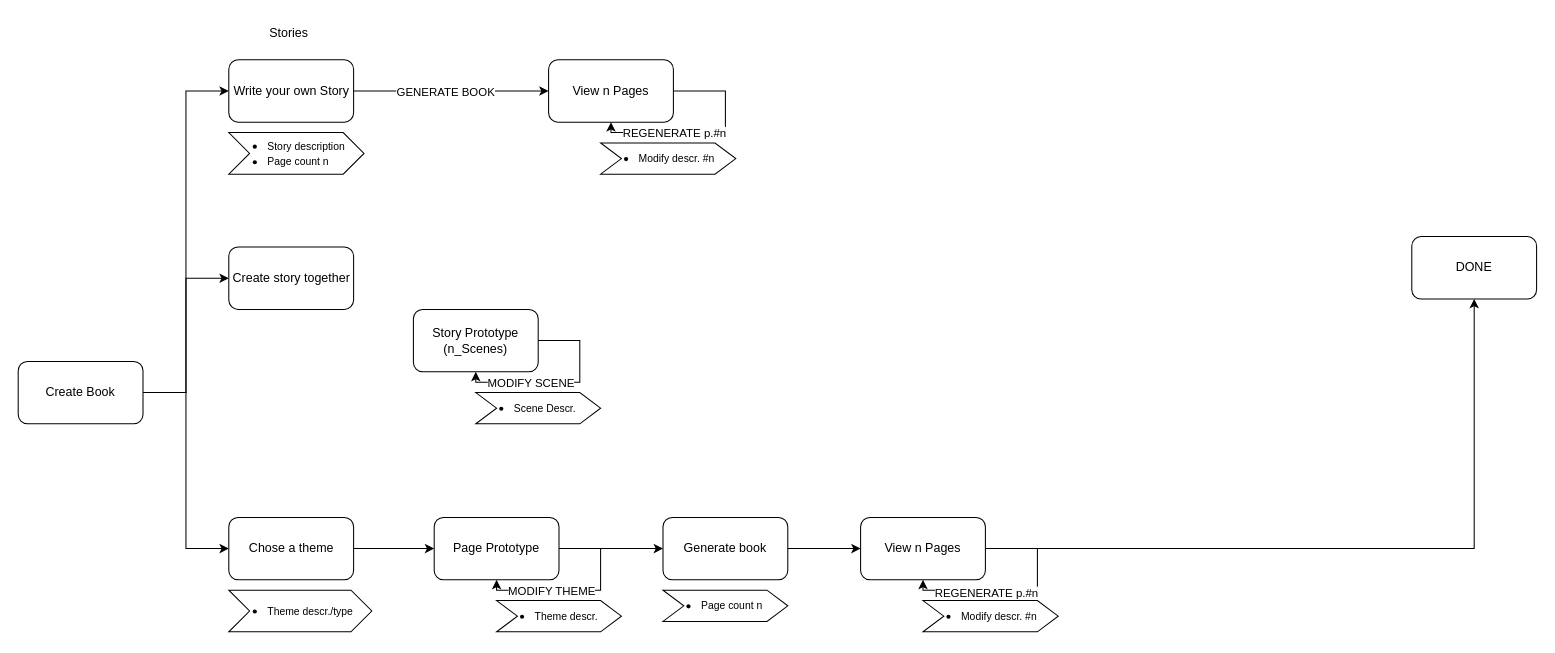
The draw.io diagram page "Coloring Book Creation Workflow" (1 of 2) of CreationWorkflow.drawio in alextheprophecy/colouringbook, before the edit. Source tidied: cells renumbered, new cells numbered last; positions are measured from the earlier drawing's top-left corner, leaving out a move shared by most shapes. Both pictures are drawn from the tidied source at 104%, with x=0, y=0 at pixel (18, 18).
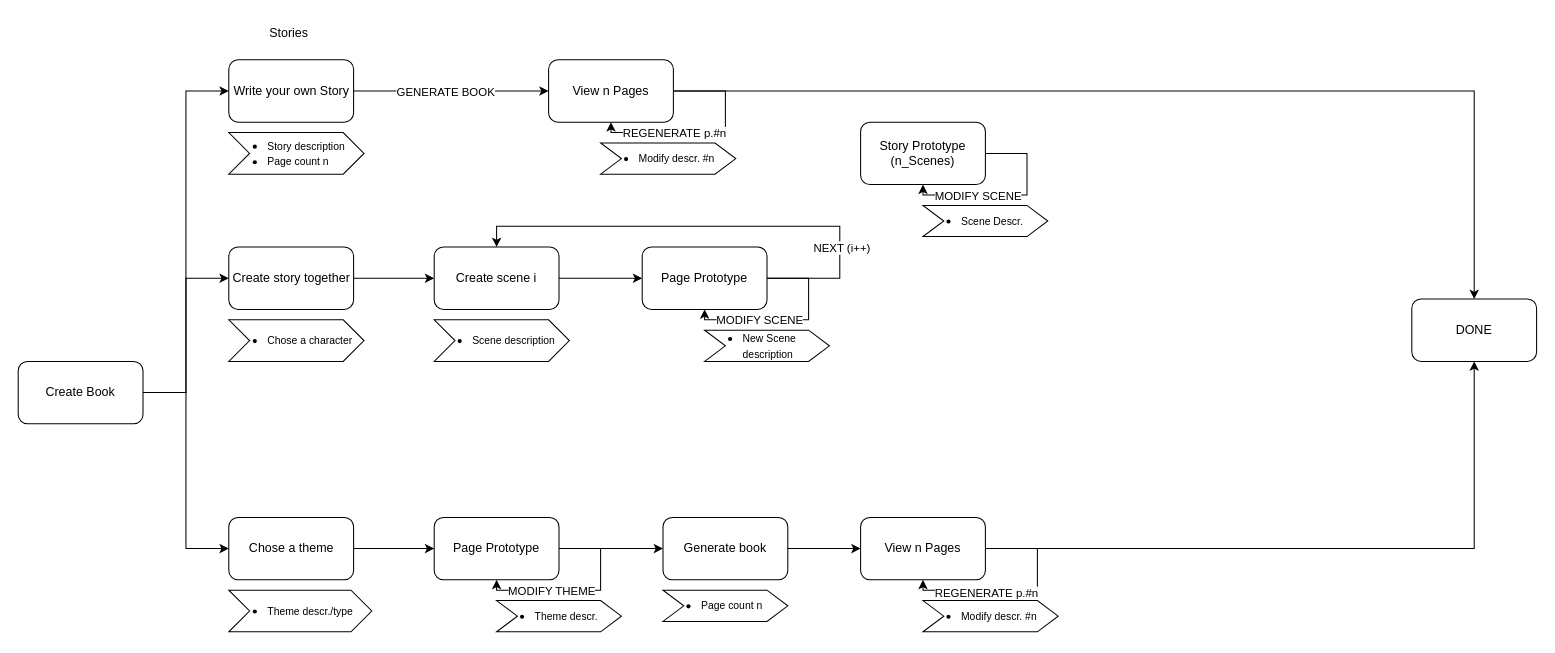
Above is the later version.

Commit message:
docs(Creation workflow): add technical page

The change refers to these unchanged cells:
```xml
<mxCell id="7" value="Create story together" style="rounded=1;whiteSpace=wrap;html=1;" parent="1" vertex="1">
  <mxGeometry x="202.5" y="220" width="120" height="60" as="geometry" />
</mxCell>
<mxCell id="33" value="View n Pages" style="rounded=1;whiteSpace=wrap;html=1;" parent="1" vertex="1">
  <mxGeometry x="510" y="40" width="120" height="60" as="geometry" />
</mxCell>
```

Change to the diagram source:
```diff
@@
+    <mxCell id="37" style="edgeStyle=orthogonalEdgeStyle;rounded=0;jettySize=auto;html=1;entryX=0;entryY=0.5;entryDx=0;entryDy=0;" parent="1" edge="1" source="7" target="41">
+      <mxGeometry relative="1" as="geometry" />
+    </mxCell>
@@
     <mxCell id="26" value="DONE" style="rounded=1;whiteSpace=wrap;html=1;" parent="1" vertex="1">
-      <mxGeometry x="1340" y="210" width="120" height="60" as="geometry" />
+      <mxGeometry x="1340" y="270" width="120" height="60" as="geometry" />
     </mxCell>
     <mxCell id="27" value="Story Prototype (n_Scenes)" style="rounded=1;whiteSpace=wrap;html=1;" parent="1" vertex="1">
-      <mxGeometry x="380" y="280" width="120" height="60" as="geometry" />
+      <mxGeometry x="810" y="100" width="120" height="60" as="geometry" />
     </mxCell>
     <mxCell id="28" style="edgeStyle=orthogonalEdgeStyle;rounded=0;orthogonalLoop=1;jettySize=auto;html=1;exitX=1;exitY=0.5;exitDx=0;exitDy=0;entryX=0.5;entryY=1;entryDx=0;entryDy=0;" parent="1" edge="1" source="27" target="27">
       <mxGeometry relative="1" as="geometry">
         <Array as="points">
-          <mxPoint x="540" y="310" />
-          <mxPoint x="540" y="350" />
-          <mxPoint x="440" y="350" />
+          <mxPoint x="970" y="130" />
+          <mxPoint x="970" y="170" />
+          <mxPoint x="870" y="170" />
         </Array>
       </mxGeometry>
     </mxCell>
@@
     <mxCell id="30" value="&lt;div&gt;&lt;ul style=&quot;padding-left: 35px;&quot;&gt;&lt;li&gt;&lt;span style=&quot;font-size: 10px;&quot;&gt;Scene Descr.&lt;/span&gt;&lt;/li&gt;&lt;/ul&gt;&lt;/div&gt;" style="shape=step;perimeter=stepPerimeter;whiteSpace=wrap;html=1;fixedSize=1;align=left;" parent="1" vertex="1">
-      <mxGeometry x="440" y="360" width="120" height="30" as="geometry" />
+      <mxGeometry x="870" y="180" width="120" height="30" as="geometry" />
     </mxCell>
@@
+    <mxCell id="38" style="edgeStyle=orthogonalEdgeStyle;rounded=0;jettySize=auto;html=1;entryX=0.5;entryY=0;entryDx=0;entryDy=0;" parent="1" edge="1" source="33" target="26">
+      <mxGeometry relative="1" as="geometry" />
+    </mxCell>
@@
+    <mxCell id="39" value="&lt;ul style=&quot;padding-left: 35px;&quot;&gt;&lt;li&gt;&lt;span style=&quot;font-size: 10px;&quot;&gt;Chose a character&lt;/span&gt;&lt;/li&gt;&lt;/ul&gt;" style="shape=step;perimeter=stepPerimeter;whiteSpace=wrap;html=1;fixedSize=1;align=left;" parent="1" vertex="1">
+      <mxGeometry x="202.5" y="290" width="130" height="40" as="geometry" />
+    </mxCell>
+    <mxCell id="40" style="edgeStyle=orthogonalEdgeStyle;rounded=0;jettySize=auto;html=1;entryX=0;entryY=0.5;entryDx=0;entryDy=0;" parent="1" edge="1" source="41" target="45">
+      <mxGeometry relative="1" as="geometry" />
+    </mxCell>
+    <mxCell id="41" value="Create scene i" style="rounded=1;whiteSpace=wrap;html=1;" parent="1" vertex="1">
+      <mxGeometry x="400" y="220" width="120" height="60" as="geometry" />
+    </mxCell>
+    <mxCell id="42" value="&lt;ul style=&quot;padding-left: 35px;&quot;&gt;&lt;li&gt;&lt;span style=&quot;font-size: 10px;&quot;&gt;Scene description&lt;/span&gt;&lt;/li&gt;&lt;/ul&gt;" style="shape=step;perimeter=stepPerimeter;whiteSpace=wrap;html=1;fixedSize=1;align=left;" parent="1" vertex="1">
+      <mxGeometry x="400" y="290" width="130" height="40" as="geometry" />
+    </mxCell>
+    <mxCell id="43" style="edgeStyle=orthogonalEdgeStyle;rounded=0;jettySize=auto;html=1;entryX=0.5;entryY=0;entryDx=0;entryDy=0;" parent="1" edge="1" source="45" target="41">
+      <mxGeometry relative="1" as="geometry">
+        <Array as="points">
+          <mxPoint x="790" y="250" />
+          <mxPoint x="790" y="200" />
+          <mxPoint x="460" y="200" />
+        </Array>
+      </mxGeometry>
+    </mxCell>
+    <mxCell id="44" value="NEXT (i++)" style="edgeLabel;html=1;align=center;verticalAlign=middle;" parent="43" vertex="1">
+      <mxGeometry x="0.09" relative="1" as="geometry">
+        <mxPoint x="137" y="20" as="offset" />
+      </mxGeometry>
+    </mxCell>
+    <mxCell id="45" value="Page Prototype" style="rounded=1;whiteSpace=wrap;html=1;" parent="1" vertex="1">
+      <mxGeometry x="600" y="220" width="120" height="60" as="geometry" />
+    </mxCell>
+    <mxCell id="46" style="edgeStyle=orthogonalEdgeStyle;rounded=0;orthogonalLoop=1;jettySize=auto;html=1;exitX=1;exitY=0.5;exitDx=0;exitDy=0;entryX=0.5;entryY=1;entryDx=0;entryDy=0;" parent="1" edge="1" source="45" target="45">
+      <mxGeometry relative="1" as="geometry">
+        <Array as="points">
+          <mxPoint x="760" y="250" />
+          <mxPoint x="760" y="290" />
+          <mxPoint x="660" y="290" />
+        </Array>
+      </mxGeometry>
+    </mxCell>
+    <mxCell id="47" value="MODIFY SCENE" style="edgeLabel;html=1;align=center;verticalAlign=middle;" parent="46" vertex="1">
+      <mxGeometry x="0.09" relative="1" as="geometry">
+        <mxPoint x="-24" as="offset" />
+      </mxGeometry>
+    </mxCell>
+    <mxCell id="48" value="&lt;ul style=&quot;padding-left: 35px;&quot;&gt;&lt;li&gt;&lt;span style=&quot;font-size: 10px;&quot;&gt;New Scene description&lt;/span&gt;&lt;/li&gt;&lt;/ul&gt;" style="shape=step;perimeter=stepPerimeter;whiteSpace=wrap;html=1;fixedSize=1;align=left;" parent="1" vertex="1">
+      <mxGeometry x="660" y="300" width="120" height="30" as="geometry" />
+    </mxCell>
```
